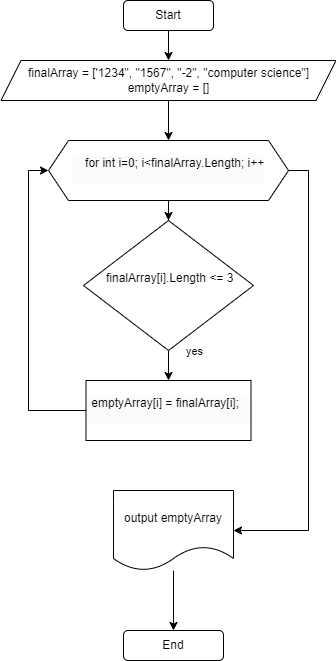
Above: algorithm/FinalTask.png in KikiMoraI/FinalTask (draw.io), before the change. Source tidied: cells renumbered, new cells last; positions are measured from the earlier drawing's top-left corner, leaving out a move shared by most shapes. The source it was exported from:
```xml
<mxGraphModel>
  <root>
    <mxCell id="0" />
    <mxCell id="1" parent="0" />
    <mxCell id="2" style="edgeStyle=orthogonalEdgeStyle;rounded=0;jettySize=auto;html=1;exitX=0.5;exitY=1;exitDx=0;exitDy=0;entryX=0.5;entryY=0;entryDx=0;entryDy=0;" parent="1" edge="1" source="3" target="5">
      <mxGeometry relative="1" as="geometry" />
    </mxCell>
    <mxCell id="3" value="Start" style="rounded=1;whiteSpace=wrap;html=1;" parent="1" vertex="1">
      <mxGeometry x="122" width="90" height="30" as="geometry" />
    </mxCell>
    <mxCell id="4" style="edgeStyle=orthogonalEdgeStyle;rounded=0;jettySize=auto;html=1;entryX=0.5;entryY=0;entryDx=0;entryDy=0;" parent="1" edge="1" source="5" target="8">
      <mxGeometry relative="1" as="geometry" />
    </mxCell>
    <mxCell id="5" value="finalArray = ['1234&quot;, &quot;1567&quot;, &quot;-2&quot;, &quot;computer science&quot;]&lt;br&gt;emptyArray = []" style="shape=parallelogram;perimeter=parallelogramPerimeter;whiteSpace=wrap;html=1;fixedSize=1;" parent="1" vertex="1">
      <mxGeometry x="-0.5" y="60" width="335" height="40" as="geometry" />
    </mxCell>
    <mxCell id="6" style="edgeStyle=orthogonalEdgeStyle;rounded=0;jettySize=auto;html=1;" parent="1" edge="1" source="8" target="11">
      <mxGeometry relative="1" as="geometry" />
    </mxCell>
    <mxCell id="7" style="edgeStyle=orthogonalEdgeStyle;rounded=0;jettySize=auto;html=1;entryX=1;entryY=0.5;entryDx=0;entryDy=0;" parent="1" edge="1" source="8" target="15">
      <mxGeometry relative="1" as="geometry">
        <Array as="points">
          <mxPoint x="307" y="170" />
          <mxPoint x="307" y="530" />
        </Array>
      </mxGeometry>
    </mxCell>
    <mxCell id="8" value="&lt;div style=&quot;border-color: var(--border-color); color: rgb(0, 0, 0); font-family: Helvetica; font-size: 12px; font-style: normal; font-variant-ligatures: normal; font-variant-caps: normal; font-weight: 400; letter-spacing: normal; orphans: 2; text-align: center; text-indent: 0px; text-transform: none; widows: 2; word-spacing: 0px; -webkit-text-stroke-width: 0px; background-color: rgb(251, 251, 251); text-decoration-thickness: initial; text-decoration-style: initial; text-decoration-color: initial;&quot;&gt;&amp;nbsp; &amp;nbsp; for int i=0; i&amp;lt;finalArray.Length; i++&lt;/div&gt;&lt;div style=&quot;border-color: var(--border-color); color: rgb(0, 0, 0); font-family: Helvetica; font-size: 12px; font-style: normal; font-variant-ligatures: normal; font-variant-caps: normal; font-weight: 400; letter-spacing: normal; orphans: 2; text-align: center; text-indent: 0px; text-transform: none; widows: 2; word-spacing: 0px; -webkit-text-stroke-width: 0px; background-color: rgb(251, 251, 251); text-decoration-thickness: initial; text-decoration-style: initial; text-decoration-color: initial;&quot;&gt;&amp;nbsp; &amp;nbsp; &amp;nbsp;&lt;/div&gt;" style="shape=hexagon;perimeter=hexagonPerimeter2;whiteSpace=wrap;html=1;fixedSize=1;" parent="1" vertex="1">
      <mxGeometry x="47" y="140" width="240" height="60" as="geometry" />
    </mxCell>
    <mxCell id="9" style="edgeStyle=orthogonalEdgeStyle;rounded=0;jettySize=auto;html=1;" parent="1" edge="1" source="11" target="13">
      <mxGeometry relative="1" as="geometry" />
    </mxCell>
    <mxCell id="10" value="yes" style="edgeLabel;html=1;align=center;verticalAlign=middle;rotation=0;" parent="9" vertex="1">
      <mxGeometry x="0.34" y="4" relative="1" as="geometry">
        <mxPoint x="21" y="-14" as="offset" />
      </mxGeometry>
    </mxCell>
    <mxCell id="11" value="&lt;div style=&quot;border-color: var(--border-color);&quot;&gt;&amp;nbsp;finalArray[i].Length &amp;lt;= 3&lt;/div&gt;&lt;div&gt;&lt;br&gt;&lt;/div&gt;" style="rhombus;whiteSpace=wrap;html=1;" parent="1" vertex="1">
      <mxGeometry x="82" y="220" width="170" height="130" as="geometry" />
    </mxCell>
    <mxCell id="12" style="edgeStyle=orthogonalEdgeStyle;rounded=0;jettySize=auto;html=1;entryX=0;entryY=0.5;entryDx=0;entryDy=0;" parent="1" edge="1" source="13" target="8">
      <mxGeometry relative="1" as="geometry">
        <Array as="points">
          <mxPoint x="27" y="410" />
          <mxPoint x="27" y="170" />
        </Array>
      </mxGeometry>
    </mxCell>
    <mxCell id="13" value="&lt;div style=&quot;border-color: var(--border-color); color: rgb(0, 0, 0); font-family: Helvetica; font-size: 12px; font-style: normal; font-variant-ligatures: normal; font-variant-caps: normal; font-weight: 400; letter-spacing: normal; orphans: 2; text-align: center; text-indent: 0px; text-transform: none; widows: 2; word-spacing: 0px; -webkit-text-stroke-width: 0px; text-decoration-thickness: initial; text-decoration-style: initial; text-decoration-color: initial; background-color: rgb(251, 251, 251);&quot;&gt;&lt;span&gt;&amp;nbsp;&lt;/span&gt;emptyArray[i] = finalArray[i];&lt;span style=&quot;border-color: var(--border-color); background-color: initial;&quot;&gt;&amp;nbsp; &amp;nbsp; &amp;nbsp; &amp;nbsp;&lt;/span&gt;&lt;/div&gt;" style="rounded=0;whiteSpace=wrap;html=1;" parent="1" vertex="1">
      <mxGeometry x="84.5" y="380" width="165" height="60" as="geometry" />
    </mxCell>
    <mxCell id="14" style="edgeStyle=orthogonalEdgeStyle;rounded=0;jettySize=auto;html=1;entryX=0.5;entryY=0;entryDx=0;entryDy=0;" parent="1" edge="1" source="15" target="16">
      <mxGeometry relative="1" as="geometry" />
    </mxCell>
    <mxCell id="15" value="output emptyArray" style="shape=document;whiteSpace=wrap;html=1;boundedLbl=1;" parent="1" vertex="1">
      <mxGeometry x="112" y="490" width="120" height="80" as="geometry" />
    </mxCell>
    <mxCell id="16" value="End" style="rounded=1;whiteSpace=wrap;html=1;" parent="1" vertex="1">
      <mxGeometry x="122" y="630" width="100" height="30" as="geometry" />
    </mxCell>
  </root>
</mxGraphModel>
```
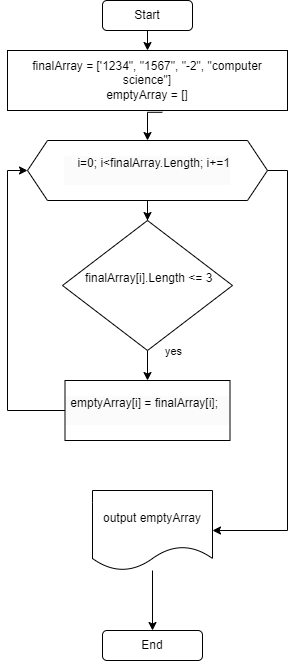
The same file after the commit.

Commit message:
корректировка алгоритма по замечаниям

What changed in the source:
```diff
@@ -8,12 +8,9 @@
     <mxCell id="3" value="Start" style="rounded=1;whiteSpace=wrap;html=1;" parent="1" vertex="1">
       <mxGeometry x="122" width="90" height="30" as="geometry" />
     </mxCell>
-    <mxCell id="4" style="edgeStyle=orthogonalEdgeStyle;rounded=0;jettySize=auto;html=1;entryX=0.5;entryY=0;entryDx=0;entryDy=0;" parent="1" edge="1" source="5" target="8">
+    <mxCell id="4" style="edgeStyle=orthogonalEdgeStyle;rounded=0;jettySize=auto;html=1;entryX=0.5;entryY=0;entryDx=0;entryDy=0;exitX=0.553;exitY=1.03;exitDx=0;exitDy=0;exitPerimeter=0;" parent="1" edge="1" source="5" target="8">
       <mxGeometry relative="1" as="geometry" />
     </mxCell>
-    <mxCell id="5" value="finalArray = ['1234&quot;, &quot;1567&quot;, &quot;-2&quot;, &quot;computer science&quot;]&lt;br&gt;emptyArray = []" style="shape=parallelogram;perimeter=parallelogramPerimeter;whiteSpace=wrap;html=1;fixedSize=1;" parent="1" vertex="1">
-      <mxGeometry x="-0.5" y="60" width="335" height="40" as="geometry" />
-    </mxCell>
     <mxCell id="6" style="edgeStyle=orthogonalEdgeStyle;rounded=0;jettySize=auto;html=1;" parent="1" edge="1" source="8" target="11">
       <mxGeometry relative="1" as="geometry" />
     </mxCell>
@@ -25,7 +22,7 @@
         </Array>
       </mxGeometry>
     </mxCell>
-    <mxCell id="8" value="&lt;div style=&quot;border-color: var(--border-color); color: rgb(0, 0, 0); font-family: Helvetica; font-size: 12px; font-style: normal; font-variant-ligatures: normal; font-variant-caps: normal; font-weight: 400; letter-spacing: normal; orphans: 2; text-align: center; text-indent: 0px; text-transform: none; widows: 2; word-spacing: 0px; -webkit-text-stroke-width: 0px; background-color: rgb(251, 251, 251); text-decoration-thickness: initial; text-decoration-style: initial; text-decoration-color: initial;&quot;&gt;&amp;nbsp; &amp;nbsp; for int i=0; i&amp;lt;finalArray.Length; i++&lt;/div&gt;&lt;div style=&quot;border-color: var(--border-color); color: rgb(0, 0, 0); font-family: Helvetica; font-size: 12px; font-style: normal; font-variant-ligatures: normal; font-variant-caps: normal; font-weight: 400; letter-spacing: normal; orphans: 2; text-align: center; text-indent: 0px; text-transform: none; widows: 2; word-spacing: 0px; -webkit-text-stroke-width: 0px; background-color: rgb(251, 251, 251); text-decoration-thickness: initial; text-decoration-style: initial; text-decoration-color: initial;&quot;&gt;&amp;nbsp; &amp;nbsp; &amp;nbsp;&lt;/div&gt;" style="shape=hexagon;perimeter=hexagonPerimeter2;whiteSpace=wrap;html=1;fixedSize=1;" parent="1" vertex="1">
+    <mxCell id="8" value="&lt;div style=&quot;border-color: var(--border-color); color: rgb(0, 0, 0); font-family: Helvetica; font-size: 12px; font-style: normal; font-variant-ligatures: normal; font-variant-caps: normal; font-weight: 400; letter-spacing: normal; orphans: 2; text-align: center; text-indent: 0px; text-transform: none; widows: 2; word-spacing: 0px; -webkit-text-stroke-width: 0px; background-color: rgb(251, 251, 251); text-decoration-thickness: initial; text-decoration-style: initial; text-decoration-color: initial;&quot;&gt;&amp;nbsp; &amp;nbsp; i=0; i&amp;lt;finalArray.Length; i+=1&lt;/div&gt;&lt;div style=&quot;border-color: var(--border-color); color: rgb(0, 0, 0); font-family: Helvetica; font-size: 12px; font-style: normal; font-variant-ligatures: normal; font-variant-caps: normal; font-weight: 400; letter-spacing: normal; orphans: 2; text-align: center; text-indent: 0px; text-transform: none; widows: 2; word-spacing: 0px; -webkit-text-stroke-width: 0px; background-color: rgb(251, 251, 251); text-decoration-thickness: initial; text-decoration-style: initial; text-decoration-color: initial;&quot;&gt;&amp;nbsp; &amp;nbsp; &amp;nbsp;&lt;/div&gt;" style="shape=hexagon;perimeter=hexagonPerimeter2;whiteSpace=wrap;html=1;fixedSize=1;" parent="1" vertex="1">
       <mxGeometry x="47" y="140" width="240" height="60" as="geometry" />
     </mxCell>
     <mxCell id="9" style="edgeStyle=orthogonalEdgeStyle;rounded=0;jettySize=auto;html=1;" parent="1" edge="1" source="11" target="13">
@@ -59,5 +56,8 @@
     <mxCell id="16" value="End" style="rounded=1;whiteSpace=wrap;html=1;" parent="1" vertex="1">
       <mxGeometry x="122" y="630" width="100" height="30" as="geometry" />
     </mxCell>
+    <mxCell id="5" value="finalArray = ['1234&quot;, &quot;1567&quot;, &quot;-2&quot;, &quot;computer science&quot;]&lt;br style=&quot;border-color: var(--border-color);&quot;&gt;emptyArray = []" style="rounded=0;whiteSpace=wrap;html=1;" parent="1" vertex="1">
+      <mxGeometry x="27" y="50" width="280" height="60" as="geometry" />
+    </mxCell>
   </root>
 </mxGraphModel>
```
